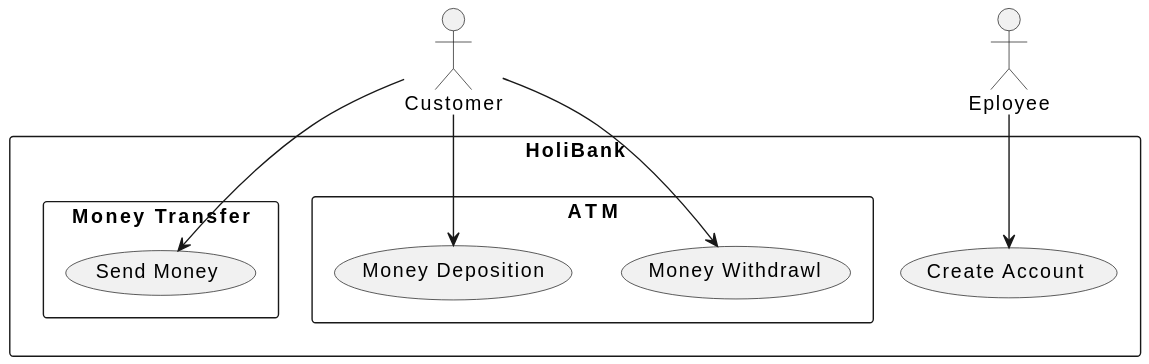
Before: docs/src/images/banking-use-case.svg, a diagram exported from PlantUML (holixon/workshop-axon-testing).
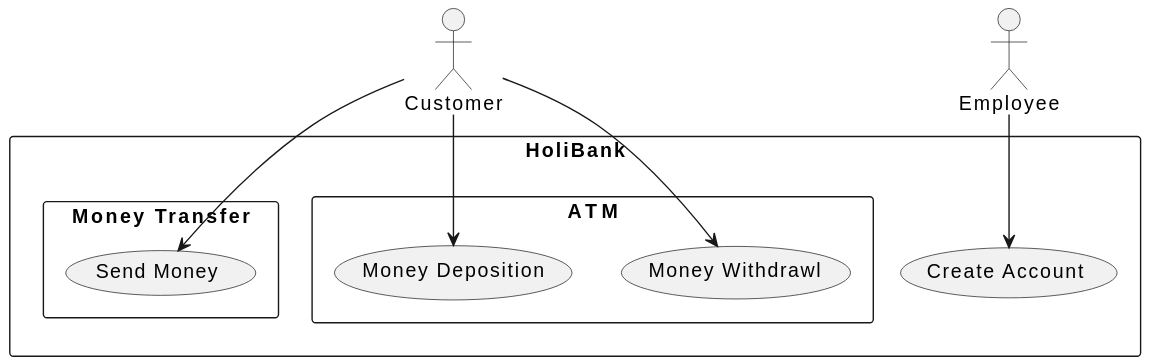
After the commit.

Diff of the diagram source:
```diff
@@ -1,6 +1,6 @@
 @startuml
 actor "Customer" as cus
-actor "Eployee" as emp
+actor "Employee" as emp
 
 rectangle HoliBank {
   usecase "Create Account" as UC0
```
